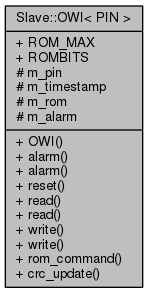
mikaelpatel/mikaelpatel.github.io keeps this Graphviz diagram as Arduino-OWI/d9/de1/classSlave_1_1OWI__coll__graph.png. Above is the earlier version. Its source is kept beside it as Arduino-OWI/d9/de1/classSlave_1_1OWI__coll__graph.dot. Source of this version:
```dot
digraph "Slave::OWI&lt; PIN &gt;"
{
  edge [fontname="Helvetica",fontsize="10",labelfontname="Helvetica",labelfontsize="10"];
  node [fontname="Helvetica",fontsize="10",shape=record];
  Node1 [label="{Slave::OWI\< PIN \>\n|+ ROM_MAX\l+ ROMBITS\l# m_pin\l# m_timestamp\l# m_rom\l# m_alarm\l|+ OWI()\l+ alarm()\l+ alarm()\l+ reset()\l+ read()\l+ read()\l+ write()\l+ write()\l+ rom_command()\l+ crc_update()\l}",height=0.2,width=0.4,color="black", fillcolor="grey75", style="filled", fontcolor="black"];
}
```
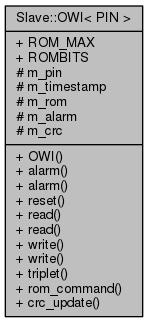
Above is the later version.

Change to the diagram source:
```diff
@@ -2,5 +2,5 @@
 {
   edge [fontname="Helvetica",fontsize="10",labelfontname="Helvetica",labelfontsize="10"];
   node [fontname="Helvetica",fontsize="10",shape=record];
-  Node1 [label="{Slave::OWI\< PIN \>\n|+ ROM_MAX\l+ ROMBITS\l# m_pin\l# m_timestamp\l# m_rom\l# m_alarm\l|+ OWI()\l+ alarm()\l+ alarm()\l+ reset()\l+ read()\l+ read()\l+ write()\l+ write()\l+ rom_command()\l+ crc_update()\l}",height=0.2,width=0.4,color="black", fillcolor="grey75", style="filled", fontcolor="black"];
+  Node1 [label="{Slave::OWI\< PIN \>\n|+ ROM_MAX\l+ ROMBITS\l# m_pin\l# m_timestamp\l# m_rom\l# m_alarm\l# m_crc\l|+ OWI()\l+ alarm()\l+ alarm()\l+ reset()\l+ read()\l+ read()\l+ write()\l+ write()\l+ triplet()\l+ rom_command()\l+ crc_update()\l}",height=0.2,width=0.4,color="black", fillcolor="grey75", style="filled", fontcolor="black"];
 }
```
